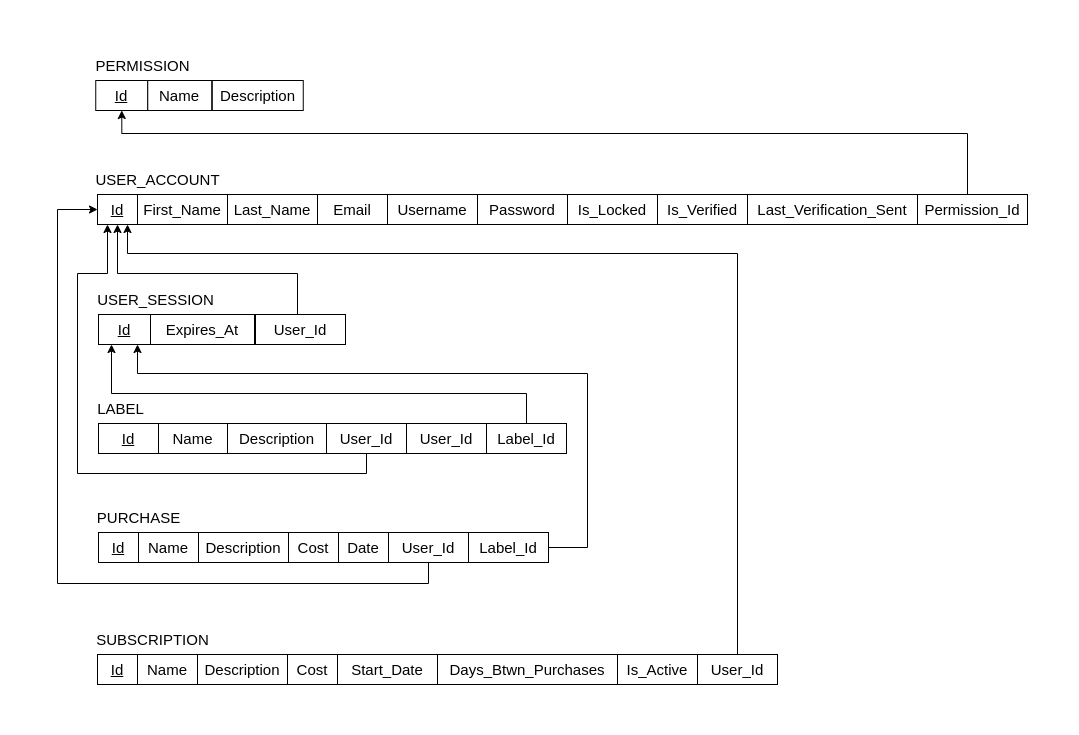
honey-ham/spendthrift-db keeps this draw.io diagram as diagrams/SpendthriftRmDiagram1.0.drawio.png. Above is the earlier version. Source tidied: cells renumbered, new cells last; positions are measured from the earlier drawing's top-left corner, leaving out a move shared by most shapes.
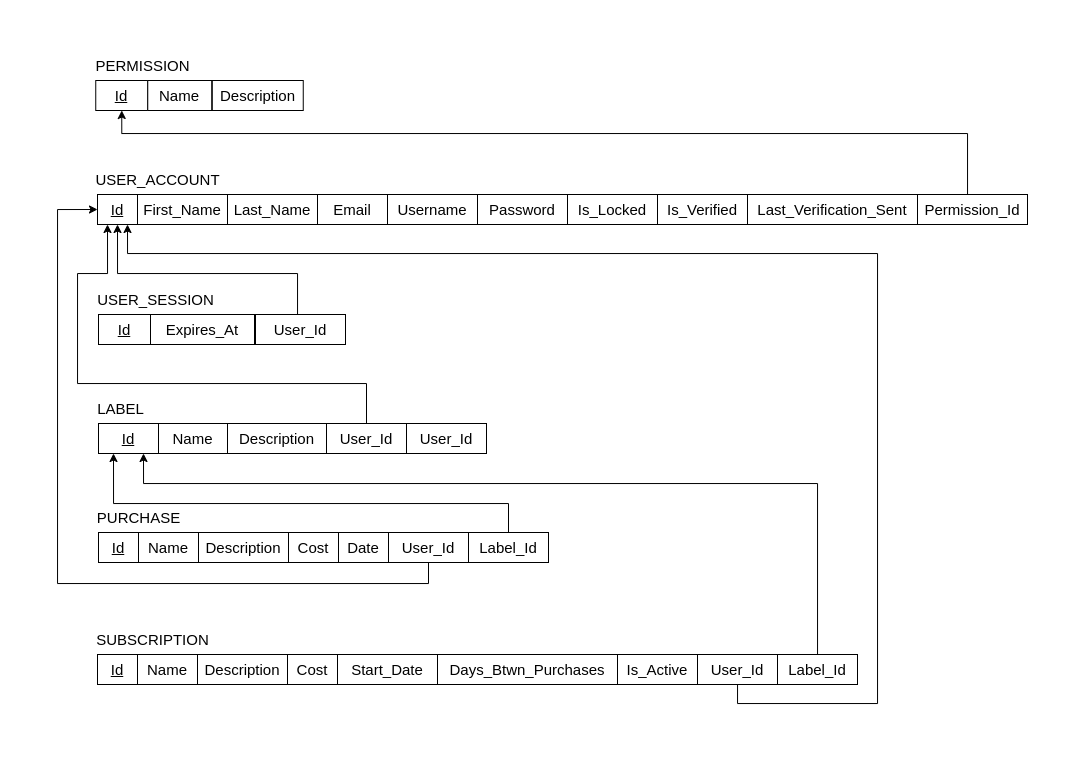
After the commit.

What changed in the source:
```diff
@@ -74,7 +74,9 @@
     <mxCell id="25" style="edgeStyle=orthogonalEdgeStyle;rounded=0;jettySize=auto;html=1;entryX=0.75;entryY=1;entryDx=0;entryDy=0;" parent="1" edge="1" source="26" target="3">
       <mxGeometry relative="1" as="geometry">
         <Array as="points">
-          <mxPoint x="680" y="203" />
+          <mxPoint x="680" y="653" />
+          <mxPoint x="820" y="653" />
+          <mxPoint x="820" y="203" />
           <mxPoint x="70" y="203" />
         </Array>
       </mxGeometry>
@@ -100,8 +102,8 @@
     <mxCell id="30" style="edgeStyle=orthogonalEdgeStyle;rounded=0;jettySize=auto;html=1;entryX=0.25;entryY=1;entryDx=0;entryDy=0;" parent="1" edge="1" source="31" target="3">
       <mxGeometry relative="1" as="geometry">
         <Array as="points">
-          <mxPoint x="309" y="423" />
-          <mxPoint x="20" y="423" />
+          <mxPoint x="309" y="333" />
+          <mxPoint x="20" y="333" />
           <mxPoint x="20" y="223" />
           <mxPoint x="50" y="223" />
         </Array>
@@ -168,28 +170,27 @@
     <mxCell id="47" value="&lt;font style=&quot;font-size: 15px;&quot;&gt;User_Id&lt;/font&gt;" style="rounded=0;whiteSpace=wrap;html=1;" parent="1" vertex="1">
       <mxGeometry x="349" y="373" width="80" height="30" as="geometry" />
     </mxCell>
-    <mxCell id="48" style="edgeStyle=orthogonalEdgeStyle;rounded=0;hachureGap=4;jettySize=auto;html=1;entryX=0.25;entryY=1;entryDx=0;entryDy=0;fontFamily=Architects Daughter;fontSource=https%3A%2F%2Ffonts.googleapis.com%2Fcss%3Ffamily%3DArchitects%2BDaughter;" parent="1" edge="1" source="49" target="35">
-      <mxGeometry relative="1" as="geometry">
-        <Array as="points">
-          <mxPoint x="469" y="343" />
-          <mxPoint x="54" y="343" />
-        </Array>
-      </mxGeometry>
-    </mxCell>
+    <mxCell id="52" style="edgeStyle=orthogonalEdgeStyle;rounded=0;hachureGap=4;jettySize=auto;html=1;entryX=0.25;entryY=1;entryDx=0;entryDy=0;fontFamily=Architects Daughter;fontSource=https%3A%2F%2Ffonts.googleapis.com%2Fcss%3Ffamily%3DArchitects%2BDaughter;" parent="1" edge="1" source="51" target="16">
+      <mxGeometry relative="1" as="geometry">
+        <Array as="points">
+          <mxPoint x="451" y="453" />
+          <mxPoint x="56" y="453" />
+        </Array>
+      </mxGeometry>
+    </mxCell>
+    <mxCell id="51" value="&lt;font style=&quot;font-size: 15px;&quot;&gt;Label_Id&lt;/font&gt;" style="rounded=0;whiteSpace=wrap;html=1;" parent="1" vertex="1">
+      <mxGeometry x="411" y="482" width="80" height="30" as="geometry" />
+    </mxCell>
     <mxCell id="49" value="&lt;font style=&quot;font-size: 15px;&quot;&gt;Label_Id&lt;/font&gt;" style="rounded=0;whiteSpace=wrap;html=1;" parent="1" vertex="1">
-      <mxGeometry x="429" y="373" width="80" height="30" as="geometry" />
+      <mxGeometry x="720" y="604" width="80" height="30" as="geometry" />
     </mxCell>
-    <mxCell id="50" style="edgeStyle=orthogonalEdgeStyle;rounded=0;hachureGap=4;jettySize=auto;html=1;entryX=0.75;entryY=1;entryDx=0;entryDy=0;fontFamily=Architects Daughter;fontSource=https%3A%2F%2Ffonts.googleapis.com%2Fcss%3Ffamily%3DArchitects%2BDaughter;" parent="1" edge="1" source="51" target="35">
-      <mxGeometry relative="1" as="geometry">
-        <Array as="points">
-          <mxPoint x="530" y="497" />
-          <mxPoint x="530" y="323" />
-          <mxPoint x="80" y="323" />
-        </Array>
-      </mxGeometry>
-    </mxCell>
-    <mxCell id="51" value="&lt;font style=&quot;font-size: 15px;&quot;&gt;Label_Id&lt;/font&gt;" style="rounded=0;whiteSpace=wrap;html=1;" parent="1" vertex="1">
-      <mxGeometry x="411" y="482" width="80" height="30" as="geometry" />
-    </mxCell>
+    <mxCell id="53" style="edgeStyle=orthogonalEdgeStyle;rounded=0;hachureGap=4;jettySize=auto;html=1;fontFamily=Architects Daughter;fontSource=https%3A%2F%2Ffonts.googleapis.com%2Fcss%3Ffamily%3DArchitects%2BDaughter;entryX=0.75;entryY=1;entryDx=0;entryDy=0;" parent="1" edge="1" source="49" target="16">
+      <mxGeometry relative="1" as="geometry">
+        <Array as="points">
+          <mxPoint x="760" y="433" />
+          <mxPoint x="86" y="433" />
+        </Array>
+      </mxGeometry>
+    </mxCell>
   </root>
 </mxGraphModel>
```
